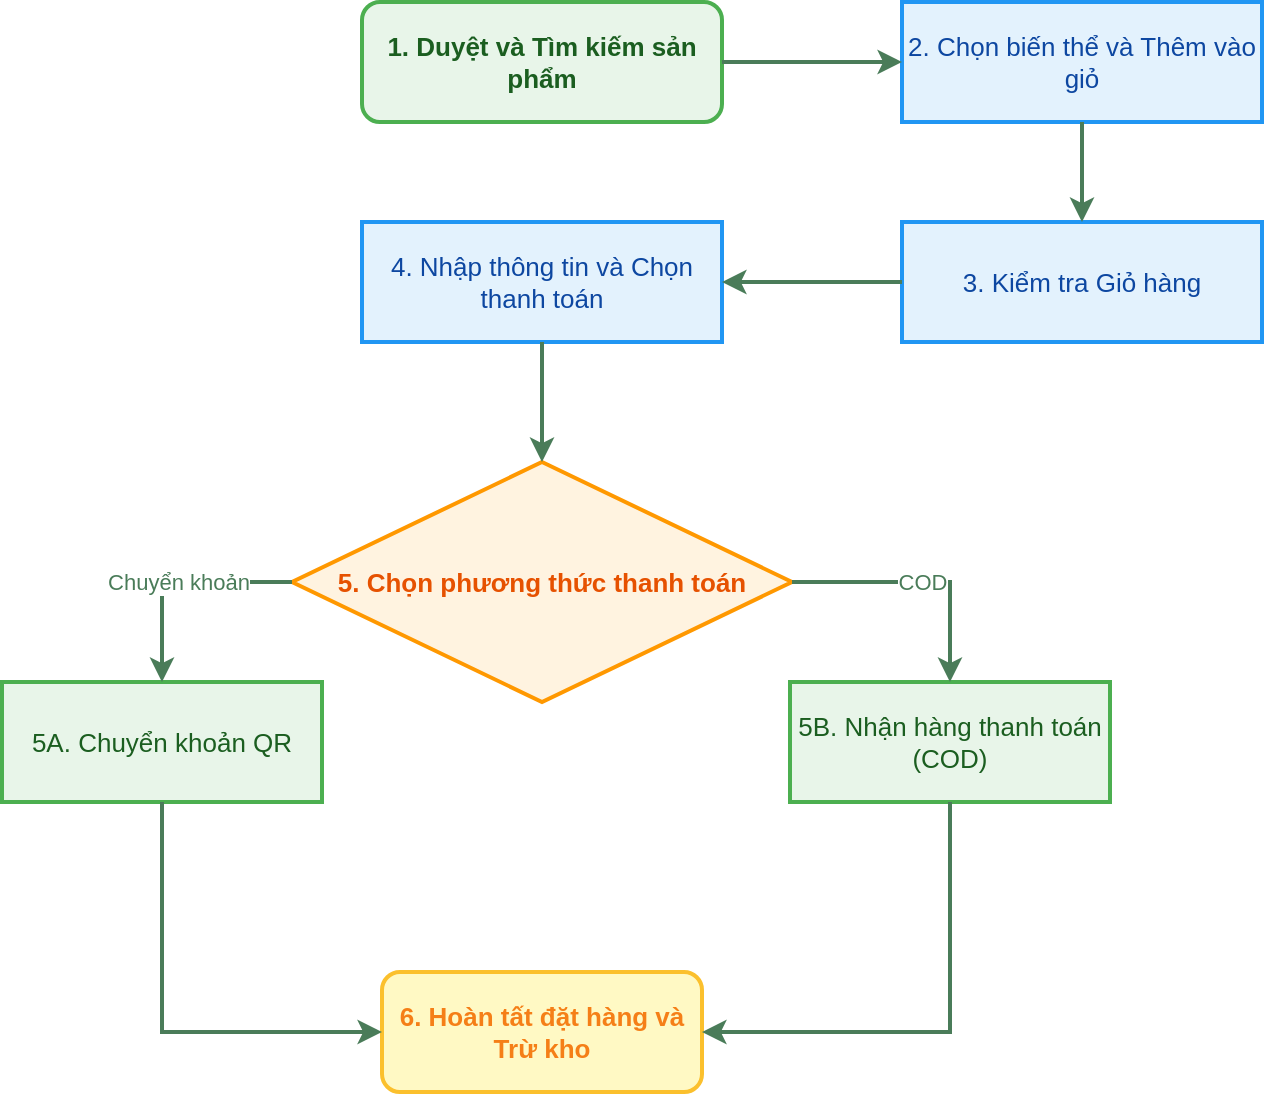
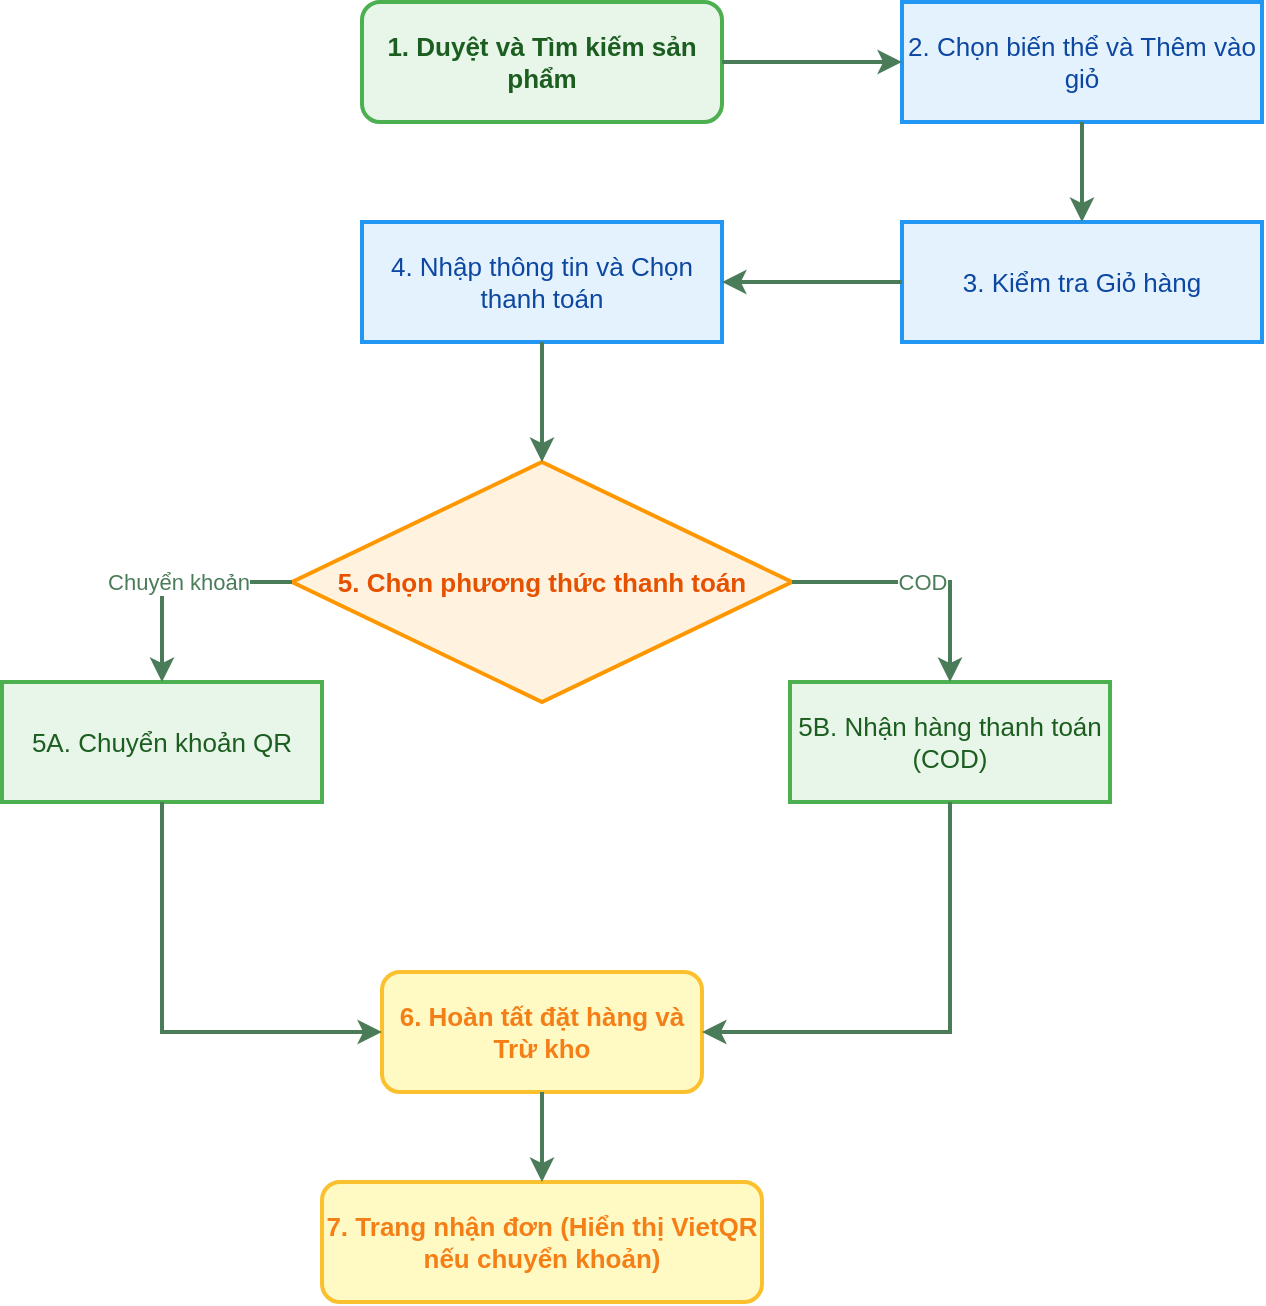
<mxfile host="Electron" agent="Mozilla/5.0 (Windows NT 10.0; Win64; x64) AppleWebKit/537.36 (KHTML, like Gecko) draw.io/26.1.1 Chrome/132.0.6834.210 Electron/34.3.3 Safari/537.36" version="26.1.1">
  <diagram id="workflow_diagram" name="Order Workflow">
    <mxGraphModel dx="1366" dy="796" grid="1" gridSize="10" guides="1" tooltips="1" connect="1" arrows="1" fold="1" page="1" pageScale="1" pageWidth="827" pageHeight="1169" math="0" shadow="0">
      <root>
        <mxCell id="0" />
        <mxCell id="1" parent="0" />
        <mxCell id="browse" value="1. Duyệt và Tìm kiếm sản phẩm" style="rounded=1;whiteSpace=wrap;html=1;fillColor=#E8F5E9;strokeColor=#4CAF50;strokeWidth=2;fontSize=13;fontColor=#1B5E20;fontStyle=1" parent="1" vertex="1">
          <mxGeometry x="210" y="30" width="180" height="60" as="geometry" />
        </mxCell>
        <mxCell id="add_to_cart" value="2. Chọn biến thể và Thêm vào giỏ" style="rounded=0;whiteSpace=wrap;html=1;fillColor=#E3F2FD;strokeColor=#2196F3;strokeWidth=2;fontSize=13;fontColor=#0D47A1" parent="1" vertex="1">
          <mxGeometry x="480" y="30" width="180" height="60" as="geometry" />
        </mxCell>
        <mxCell id="cart" value="3. Kiểm tra Giỏ hàng" style="rounded=0;whiteSpace=wrap;html=1;fillColor=#E3F2FD;strokeColor=#2196F3;strokeWidth=2;fontSize=13;fontColor=#0D47A1" parent="1" vertex="1">
          <mxGeometry x="480" y="140" width="180" height="60" as="geometry" />
        </mxCell>
        <mxCell id="checkout" value="4. Nhập thông tin và Chọn thanh toán" style="rounded=0;whiteSpace=wrap;html=1;fillColor=#E3F2FD;strokeColor=#2196F3;strokeWidth=2;fontSize=13;fontColor=#0D47A1" parent="1" vertex="1">
          <mxGeometry x="210" y="140" width="180" height="60" as="geometry" />
        </mxCell>
        <mxCell id="payment_dec" value="5. Chọn phương thức thanh toán" style="rhombus;whiteSpace=wrap;html=1;fillColor=#FFF3E0;strokeColor=#FF9800;strokeWidth=2;fontSize=13;fontColor=#E65100;fontStyle=1" parent="1" vertex="1">
          <mxGeometry x="175" y="260" width="250" height="120" as="geometry" />
        </mxCell>
        <mxCell id="bank" value="5A. Chuyển khoản QR" style="rounded=0;whiteSpace=wrap;html=1;fillColor=#E8F5E9;strokeColor=#4CAF50;strokeWidth=2;fontSize=13;fontColor=#1B5E20" parent="1" vertex="1">
          <mxGeometry x="30" y="370" width="160" height="60" as="geometry" />
        </mxCell>
        <mxCell id="cod" value="5B. Nhận hàng thanh toán (COD)" style="rounded=0;whiteSpace=wrap;html=1;fillColor=#E8F5E9;strokeColor=#4CAF50;strokeWidth=2;fontSize=13;fontColor=#1B5E20" parent="1" vertex="1">
          <mxGeometry x="424" y="370" width="160" height="60" as="geometry" />
        </mxCell>
        <mxCell id="confirm" value="6. Hoàn tất đặt hàng và Trừ kho" style="rounded=1;whiteSpace=wrap;html=1;fillColor=#FFF9C4;strokeColor=#FBC02D;strokeWidth=2;fontSize=13;fontColor=#F57F17;fontStyle=1" parent="1" vertex="1">
          <mxGeometry x="220" y="515" width="160" height="60" as="geometry" />
+         </mxCell>
+         <mxCell id="thankyou_flow" value="7. Trang nhận đơn (Hiển thị VietQR nếu chuyển khoản)" style="rounded=1;whiteSpace=wrap;html=1;fillColor=#FFF9C4;strokeColor=#FBC02D;strokeWidth=2;fontSize=13;fontColor=#F57F17;fontStyle=1" parent="1" vertex="1">
+           <mxGeometry x="190" y="620" width="220" height="60" as="geometry" />
        </mxCell>
        <mxCell id="edge1" value="" style="edgeStyle=orthogonalEdgeStyle;rounded=0;orthogonalLoop=1;jettySize=auto;html=1;strokeWidth=2;strokeColor=#4A7C59" parent="1" source="browse" target="add_to_cart" edge="1">
          <mxGeometry relative="1" as="geometry" />
        </mxCell>
        <mxCell id="edge2" value="" style="edgeStyle=orthogonalEdgeStyle;rounded=0;orthogonalLoop=1;jettySize=auto;html=1;strokeWidth=2;strokeColor=#4A7C59" parent="1" source="add_to_cart" target="cart" edge="1">
          <mxGeometry relative="1" as="geometry" />
        </mxCell>
        <mxCell id="edge3" value="" style="edgeStyle=orthogonalEdgeStyle;rounded=0;orthogonalLoop=1;jettySize=auto;html=1;strokeWidth=2;strokeColor=#4A7C59" parent="1" source="cart" target="checkout" edge="1">
          <mxGeometry relative="1" as="geometry" />
        </mxCell>
        <mxCell id="edge4" value="" style="edgeStyle=orthogonalEdgeStyle;rounded=0;orthogonalLoop=1;jettySize=auto;html=1;strokeWidth=2;strokeColor=#4A7C59;exitX=0.5;exitY=1;exitDx=0;exitDy=0;" parent="1" source="checkout" target="payment_dec" edge="1">
          <mxGeometry relative="1" as="geometry">
            <mxPoint x="280" y="200" as="sourcePoint" />
          </mxGeometry>
        </mxCell>
        <mxCell id="edge5_bank" value="Chuyển khoản" style="rounded=0;orthogonalLoop=1;jettySize=auto;html=1;strokeWidth=2;strokeColor=#4A7C59;exitX=0;exitY=0.5;exitDx=0;exitDy=0;entryX=0.5;entryY=0;entryDx=0;entryDy=0;fontSize=11;fontColor=#4A7C59;edgeStyle=orthogonalEdgeStyle;" parent="1" source="payment_dec" target="bank" edge="1">
          <mxGeometry relative="1" as="geometry">
            <mxPoint x="50" y="-200" as="sourcePoint" />
            <mxPoint x="50" y="-200" as="targetPoint" />
          </mxGeometry>
        </mxCell>
        <mxCell id="edge5_cod" value="COD" style="edgeStyle=orthogonalEdgeStyle;rounded=0;orthogonalLoop=1;jettySize=auto;html=1;strokeWidth=2;strokeColor=#4A7C59;exitX=1;exitY=0.5;exitDx=0;exitDy=0;entryX=0.5;entryY=0;entryDx=0;entryDy=0;fontSize=11;fontColor=#4A7C59" parent="1" source="payment_dec" target="cod" edge="1">
          <mxGeometry relative="1" as="geometry">
            <mxPoint x="50" y="-200" as="sourcePoint" />
            <mxPoint x="50" y="-200" as="targetPoint" />
            <Array as="points">
              <mxPoint x="504" y="320" />
            </Array>
          </mxGeometry>
        </mxCell>
        <mxCell id="edge6_bank" value="" style="rounded=0;orthogonalLoop=1;jettySize=auto;html=1;strokeWidth=2;strokeColor=#4A7C59;exitX=0.5;exitY=1;exitDx=0;exitDy=0;entryX=0;entryY=0.5;entryDx=0;entryDy=0;edgeStyle=orthogonalEdgeStyle;" parent="1" source="bank" target="confirm" edge="1">
          <mxGeometry relative="1" as="geometry">
            <mxPoint x="50" y="-200" as="sourcePoint" />
            <mxPoint x="50" y="-200" as="targetPoint" />
          </mxGeometry>
        </mxCell>
        <mxCell id="edge6_cod" value="" style="rounded=0;orthogonalLoop=1;jettySize=auto;html=1;strokeWidth=2;strokeColor=#4A7C59;exitX=0.5;exitY=1;exitDx=0;exitDy=0;entryX=1;entryY=0.5;entryDx=0;entryDy=0;edgeStyle=orthogonalEdgeStyle;" parent="1" source="cod" target="confirm" edge="1">
          <mxGeometry relative="1" as="geometry">
            <mxPoint x="50" y="-200" as="sourcePoint" />
            <mxPoint x="460" y="530" as="targetPoint" />
          </mxGeometry>
        </mxCell>
+         <mxCell id="edge7" value="" style="edgeStyle=orthogonalEdgeStyle;rounded=0;orthogonalLoop=1;jettySize=auto;html=1;strokeWidth=2;strokeColor=#4A7C59" parent="1" source="confirm" target="thankyou_flow" edge="1">
+           <mxGeometry relative="1" as="geometry" />
+         </mxCell>
      </root>
    </mxGraphModel>
  </diagram>
</mxfile>
